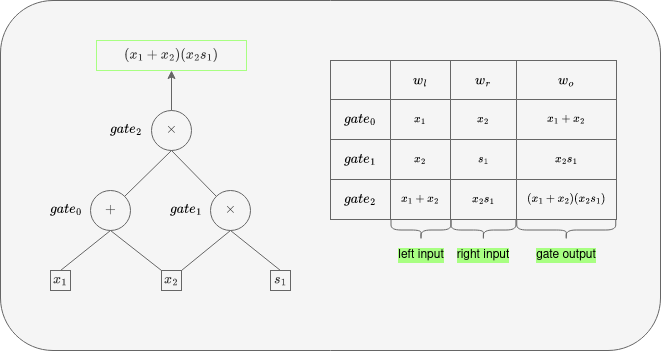
This is figures/arithmetization.drawio.png from benbencik/thesis-plonk, a draw.io export, as it was before one commit. Source tidied: cells renumbered, new cells last; positions are measured from the earlier drawing's top-left corner, leaving out a move shared by most shapes.
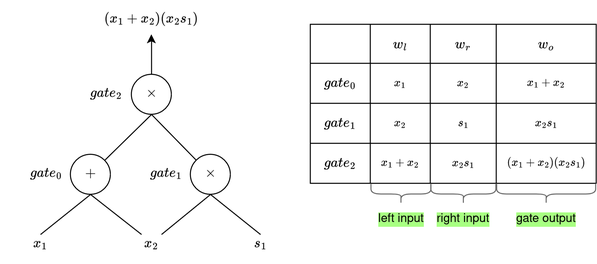
The same file after the commit.

Diff of the diagram source:
```diff
@@ -2,68 +2,65 @@
   <root>
     <mxCell id="0" />
     <mxCell id="1" parent="0" />
-    <mxCell id="2" style="rounded=1;whiteSpace=wrap;html=1;fillColor=#f5f5f5;fontColor=#333333;strokeColor=#666666;" parent="1" vertex="1">
-      <mxGeometry width="660" height="350" as="geometry" />
-    </mxCell>
-    <mxCell id="3" value="$$+$$" style="ellipse;whiteSpace=wrap;html=1;fillColor=#f5f5f5;fontColor=#333333;strokeColor=#666666;" parent="1" vertex="1">
+    <mxCell id="3" value="$$+$$" style="ellipse;whiteSpace=wrap;html=1;" parent="1" vertex="1">
       <mxGeometry x="90" y="190" width="40" height="40" as="geometry" />
     </mxCell>
-    <mxCell id="4" value="&lt;div&gt;$$\times$$&lt;/div&gt;" style="ellipse;whiteSpace=wrap;html=1;fillColor=#f5f5f5;fontColor=#333333;strokeColor=#666666;" parent="1" vertex="1">
+    <mxCell id="4" value="&lt;div&gt;$$\times$$&lt;/div&gt;" style="ellipse;whiteSpace=wrap;html=1;" parent="1" vertex="1">
       <mxGeometry x="210" y="190" width="40" height="40" as="geometry" />
     </mxCell>
-    <mxCell id="5" value="$$\times$$" style="ellipse;whiteSpace=wrap;html=1;fillColor=#f5f5f5;fontColor=#333333;strokeColor=#666666;" parent="1" vertex="1">
+    <mxCell id="5" value="$$\times$$" style="ellipse;whiteSpace=wrap;html=1;" parent="1" vertex="1">
       <mxGeometry x="151" y="110" width="40" height="40" as="geometry" />
     </mxCell>
-    <mxCell id="6" style="endArrow=none;html=1;rounded=0;exitX=1;exitY=0;exitDx=0;exitDy=0;entryX=0.5;entryY=1;entryDx=0;entryDy=0;fillColor=#f5f5f5;strokeColor=#666666;" parent="1" edge="1" source="3" target="5">
+    <mxCell id="6" style="endArrow=none;html=1;rounded=0;exitX=1;exitY=0;exitDx=0;exitDy=0;entryX=0.5;entryY=1;entryDx=0;entryDy=0;" parent="1" edge="1" source="3" target="5">
       <mxGeometry relative="1" as="geometry" />
     </mxCell>
-    <mxCell id="7" style="endArrow=none;html=1;rounded=0;exitX=0;exitY=0;exitDx=0;exitDy=0;entryX=0.5;entryY=1;entryDx=0;entryDy=0;fillColor=#f5f5f5;strokeColor=#666666;" parent="1" edge="1" source="4" target="5">
+    <mxCell id="7" style="endArrow=none;html=1;rounded=0;exitX=0;exitY=0;exitDx=0;exitDy=0;entryX=0.5;entryY=1;entryDx=0;entryDy=0;" parent="1" edge="1" source="4" target="5">
       <mxGeometry relative="1" as="geometry" />
     </mxCell>
-    <mxCell id="8" style="endArrow=none;html=1;rounded=0;entryX=0.5;entryY=1;entryDx=0;entryDy=0;fillColor=#f5f5f5;strokeColor=#666666;" parent="1" edge="1" target="3">
+    <mxCell id="8" style="endArrow=none;html=1;rounded=0;entryX=0.5;entryY=1;entryDx=0;entryDy=0;" parent="1" edge="1" target="3">
       <mxGeometry relative="1" as="geometry">
         <mxPoint x="60" y="270" as="sourcePoint" />
       </mxGeometry>
     </mxCell>
-    <mxCell id="9" style="endArrow=none;html=1;rounded=0;entryX=0.5;entryY=1;entryDx=0;entryDy=0;exitX=1;exitY=0;exitDx=0;exitDy=0;fillColor=#f5f5f5;strokeColor=#666666;" parent="1" edge="1" source="13" target="4">
+    <mxCell id="9" style="endArrow=none;html=1;rounded=0;entryX=0.5;entryY=1;entryDx=0;entryDy=0;exitX=1;exitY=0;exitDx=0;exitDy=0;" parent="1" edge="1" source="13" target="4">
       <mxGeometry relative="1" as="geometry" />
     </mxCell>
-    <mxCell id="10" style="endArrow=none;html=1;rounded=0;entryX=0.5;entryY=1;entryDx=0;entryDy=0;exitX=0;exitY=0;exitDx=0;exitDy=0;fillColor=#f5f5f5;strokeColor=#666666;" parent="1" edge="1" source="13" target="3">
+    <mxCell id="10" style="endArrow=none;html=1;rounded=0;entryX=0.5;entryY=1;entryDx=0;entryDy=0;exitX=0;exitY=0;exitDx=0;exitDy=0;" parent="1" edge="1" source="13" target="3">
       <mxGeometry relative="1" as="geometry" />
     </mxCell>
-    <mxCell id="11" style="endArrow=none;html=1;rounded=0;entryX=0.5;entryY=1;entryDx=0;entryDy=0;fillColor=#f5f5f5;strokeColor=#666666;" parent="1" edge="1" target="4">
+    <mxCell id="11" style="endArrow=none;html=1;rounded=0;entryX=0.5;entryY=1;entryDx=0;entryDy=0;" parent="1" edge="1" target="4">
       <mxGeometry relative="1" as="geometry">
         <mxPoint x="280" y="270" as="sourcePoint" />
       </mxGeometry>
     </mxCell>
-    <mxCell id="12" value="&lt;div&gt;$$x_1$$&lt;/div&gt;" style="text;html=1;strokeColor=#666666;fillColor=#f5f5f5;align=center;verticalAlign=middle;whiteSpace=wrap;rounded=0;fontColor=#333333;" parent="1" vertex="1">
+    <mxCell id="12" value="&lt;div&gt;$$x_1$$&lt;/div&gt;" style="text;html=1;align=center;verticalAlign=middle;whiteSpace=wrap;rounded=0;" parent="1" vertex="1">
       <mxGeometry x="50" y="270" width="20" height="20" as="geometry" />
     </mxCell>
-    <mxCell id="13" value="&lt;div&gt;$$x_2$$&lt;/div&gt;" style="text;html=1;strokeColor=#666666;fillColor=#f5f5f5;align=center;verticalAlign=middle;whiteSpace=wrap;rounded=0;fontColor=#333333;" parent="1" vertex="1">
+    <mxCell id="13" value="&lt;div&gt;$$x_2$$&lt;/div&gt;" style="text;html=1;align=center;verticalAlign=middle;whiteSpace=wrap;rounded=0;" parent="1" vertex="1">
       <mxGeometry x="161" y="270" width="20" height="20" as="geometry" />
     </mxCell>
-    <mxCell id="14" value="&lt;div&gt;$$s_1$$&lt;/div&gt;" style="text;html=1;strokeColor=#666666;fillColor=#f5f5f5;align=center;verticalAlign=middle;whiteSpace=wrap;rounded=0;fontColor=#333333;" parent="1" vertex="1">
+    <mxCell id="14" value="&lt;div&gt;$$s_1$$&lt;/div&gt;" style="text;html=1;align=center;verticalAlign=middle;whiteSpace=wrap;rounded=0;" parent="1" vertex="1">
       <mxGeometry x="270" y="270" width="20" height="20" as="geometry" />
     </mxCell>
     <mxCell id="15" value="$$gate_0$$" style="text;html=1;align=center;verticalAlign=middle;fontColor=#000000;labelBackgroundColor=none;" parent="1" vertex="1">
       <mxGeometry x="20" y="195" width="90" height="30" as="geometry" />
     </mxCell>
-    <mxCell id="16" value="$$gate_1$$" style="text;html=1;align=center;verticalAlign=middle;fontColor=#000000;labelBackgroundColor=none;" parent="1" vertex="1">
+    <mxCell id="16" value="$$gate_1$$" style="text;html=1;align=center;verticalAlign=middle;labelBackgroundColor=none;" parent="1" vertex="1">
       <mxGeometry x="140" y="195" width="90" height="30" as="geometry" />
     </mxCell>
-    <mxCell id="17" value="$$gate_2$$" style="text;html=1;align=center;verticalAlign=middle;rounded=0;shadow=0;glass=0;labelBorderColor=none;labelBackgroundColor=none;fontColor=#000000;" parent="1" vertex="1">
+    <mxCell id="17" value="$$gate_2$$" style="text;html=1;align=center;verticalAlign=middle;rounded=0;shadow=0;glass=0;labelBorderColor=none;labelBackgroundColor=none;" parent="1" vertex="1">
       <mxGeometry x="80" y="115" width="90" height="30" as="geometry" />
     </mxCell>
-    <mxCell id="18" style="endArrow=classic;html=1;rounded=0;fillColor=#f5f5f5;strokeColor=#666666;" parent="1" edge="1">
+    <mxCell id="18" style="endArrow=classic;html=1;rounded=0;" parent="1" edge="1">
       <mxGeometry relative="1" as="geometry">
         <mxPoint x="171" y="110" as="sourcePoint" />
         <mxPoint x="171" y="70" as="targetPoint" />
       </mxGeometry>
     </mxCell>
-    <mxCell id="19" value="$$(x_1+x_2)(x_2s_1)$$" style="text;html=1;align=center;verticalAlign=middle;strokeColor=#A8FF82;fillColor=#f5f5f5;fontColor=#333333;labelBackgroundColor=none;labelBorderColor=none;" parent="1" vertex="1">
+    <mxCell id="19" value="$$(x_1+x_2)(x_2s_1)$$" style="text;html=1;align=center;verticalAlign=middle;labelBackgroundColor=none;labelBorderColor=none;" parent="1" vertex="1">
       <mxGeometry x="96" y="40" width="150" height="30" as="geometry" />
     </mxCell>
-    <mxCell id="20" style="shape=table;startSize=0;fontSize=10;swimlaneFillColor=none;strokeColor=#666666;rounded=0;arcSize=16;shadow=0;fillColor=#f5f5f5;fontColor=#333333;" parent="1" vertex="1">
+    <mxCell id="20" style="shape=table;startSize=0;fontSize=10;swimlaneFillColor=none;rounded=0;arcSize=16;shadow=0;" parent="1" vertex="1">
       <mxGeometry x="330" y="60" width="286" height="159" as="geometry" />
     </mxCell>
     <mxCell id="21" style="shape=tableRow;horizontal=0;startSize=0;swimlaneHead=0;swimlaneBody=0;strokeColor=inherit;top=0;left=0;bottom=0;right=0;fillColor=none;" parent="20" vertex="1">
```
